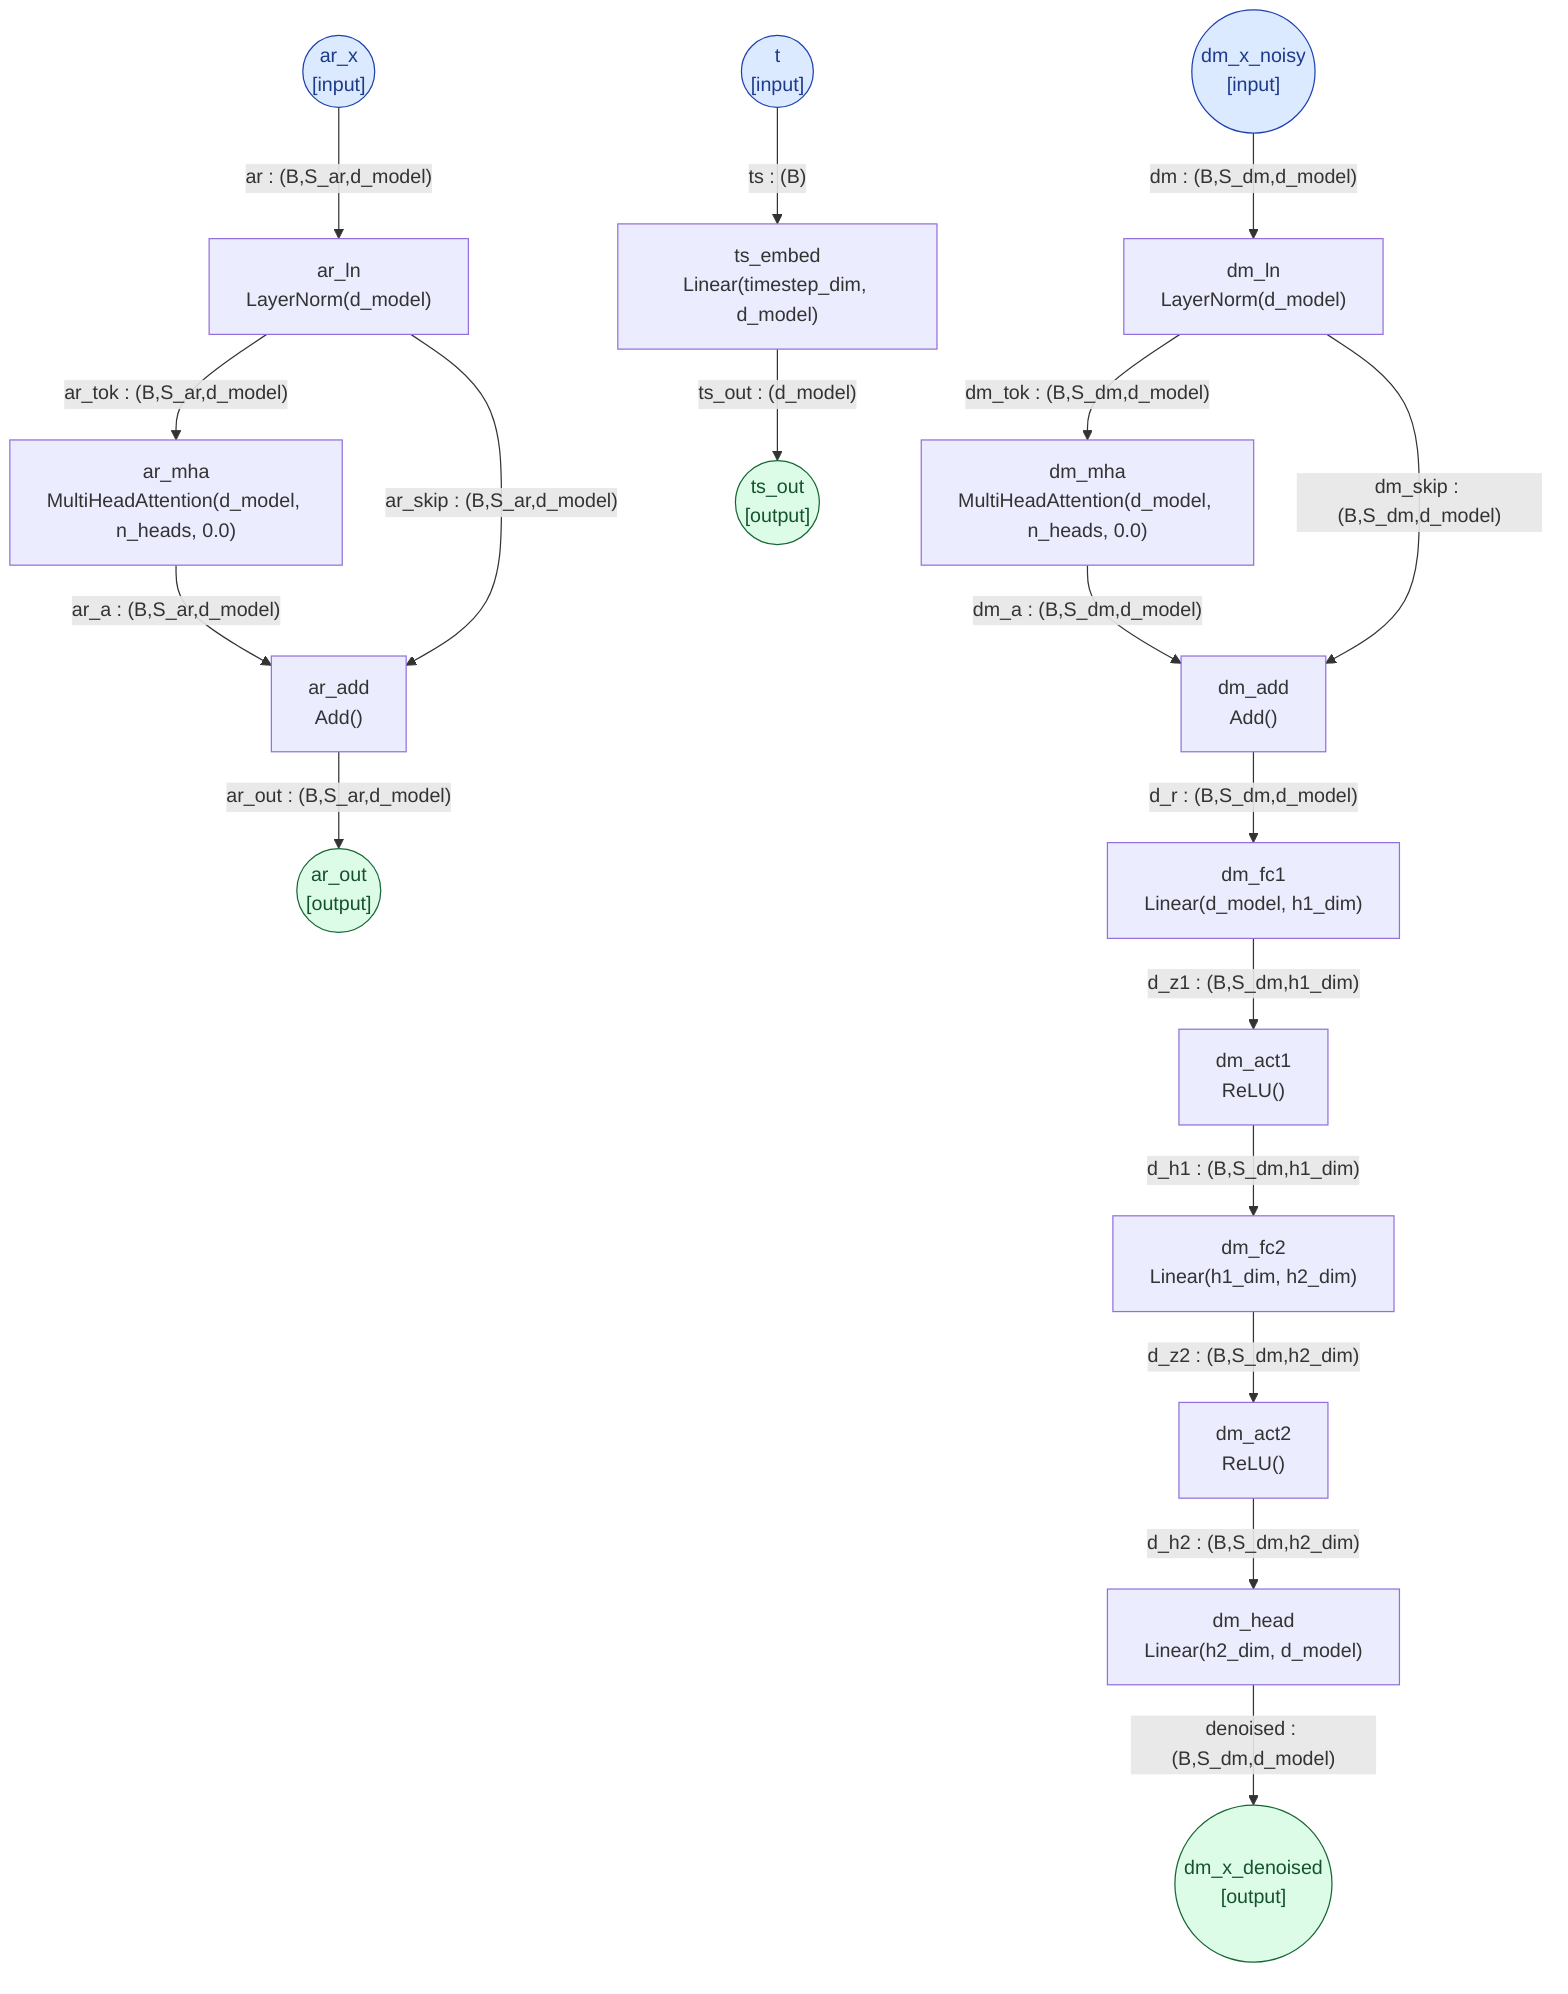
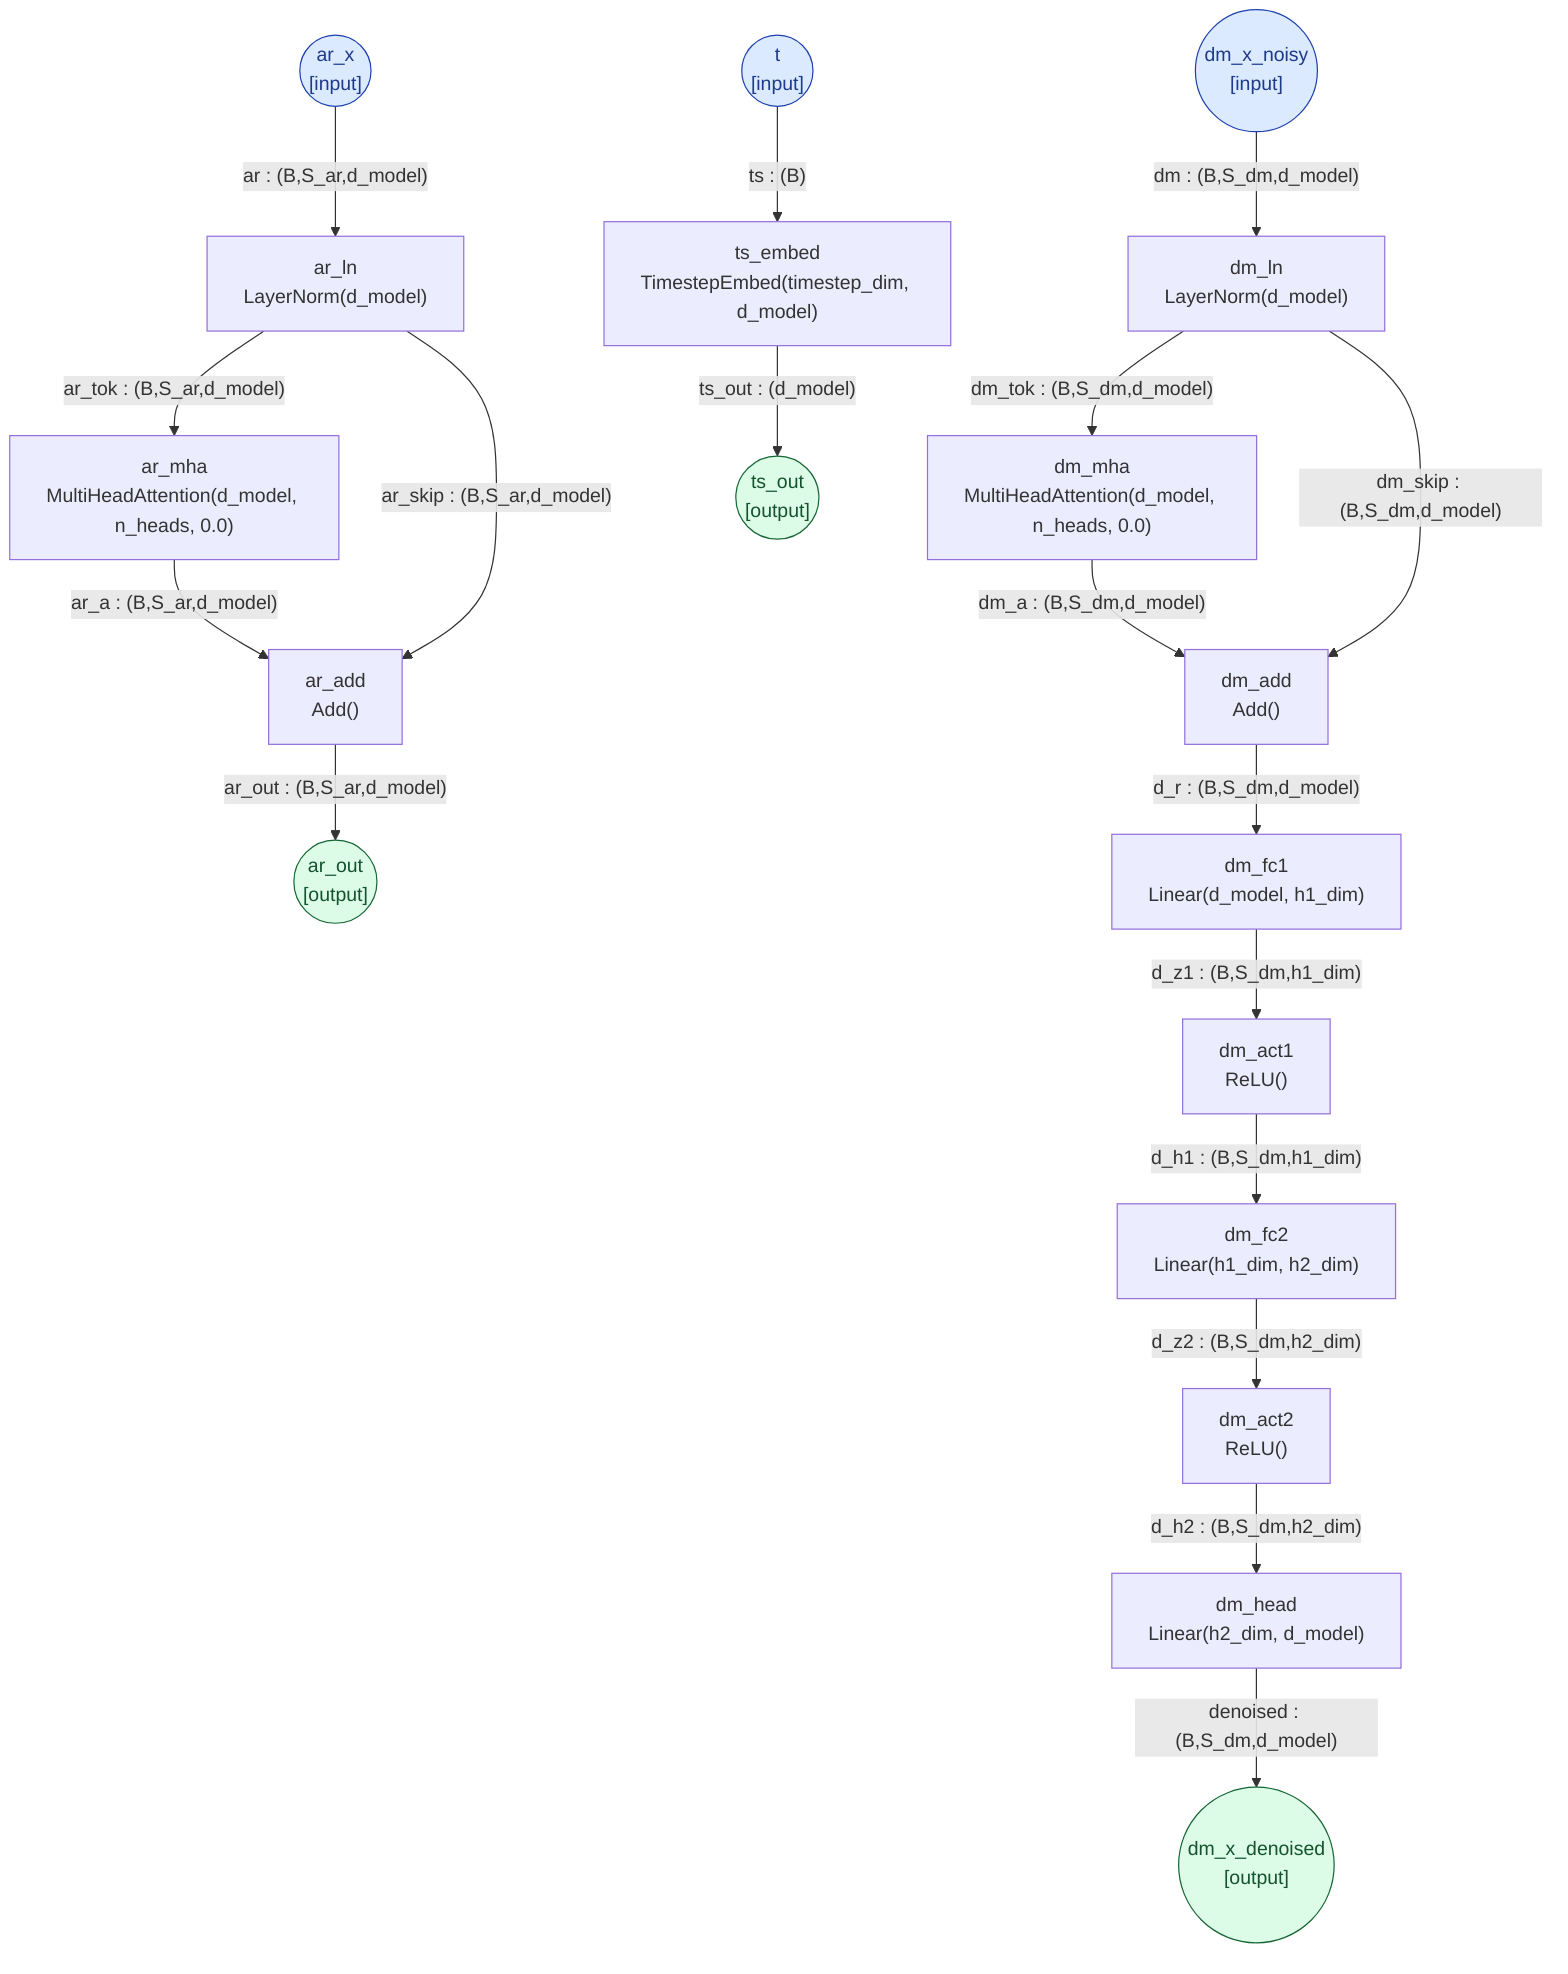
%% architecture MoTDenoiseStep
flowchart TD
    ar_x(("ar_x<br/>[input]"))
    dm_x_noisy(("dm_x_noisy<br/>[input]"))
    t(("t<br/>[input]"))
    ar_ln["ar_ln<br/>LayerNorm(d_model)"]
    ar_mha["ar_mha<br/>MultiHeadAttention(d_model, n_heads, 0.0)"]
    ar_add["ar_add<br/>Add()"]
    ar_out(("ar_out<br/>[output]"))
-     ts_embed["ts_embed<br/>Linear(timestep_dim, d_model)"]
+     ts_embed["ts_embed<br/>TimestepEmbed(timestep_dim, d_model)"]
    dm_ln["dm_ln<br/>LayerNorm(d_model)"]
    dm_mha["dm_mha<br/>MultiHeadAttention(d_model, n_heads, 0.0)"]
    dm_add["dm_add<br/>Add()"]
    dm_fc1["dm_fc1<br/>Linear(d_model, h1_dim)"]
    dm_act1["dm_act1<br/>ReLU()"]
    dm_fc2["dm_fc2<br/>Linear(h1_dim, h2_dim)"]
    dm_act2["dm_act2<br/>ReLU()"]
    dm_head["dm_head<br/>Linear(h2_dim, d_model)"]
    dm_x_denoised(("dm_x_denoised<br/>[output]"))
    ts_out(("ts_out<br/>[output]"))
    ar_x -- "ar : (B,S_ar,d_model)" --> ar_ln
    ar_ln -- "ar_tok : (B,S_ar,d_model)" --> ar_mha
    ar_mha -- "ar_a : (B,S_ar,d_model)" --> ar_add
    ar_ln -- "ar_skip : (B,S_ar,d_model)" --> ar_add
    ar_add -- "ar_out : (B,S_ar,d_model)" --> ar_out
    t -- "ts : (B)" --> ts_embed
    dm_x_noisy -- "dm : (B,S_dm,d_model)" --> dm_ln
    dm_ln -- "dm_tok : (B,S_dm,d_model)" --> dm_mha
    dm_mha -- "dm_a : (B,S_dm,d_model)" --> dm_add
    dm_ln -- "dm_skip : (B,S_dm,d_model)" --> dm_add
    dm_add -- "d_r : (B,S_dm,d_model)" --> dm_fc1
    dm_fc1 -- "d_z1 : (B,S_dm,h1_dim)" --> dm_act1
    dm_act1 -- "d_h1 : (B,S_dm,h1_dim)" --> dm_fc2
    dm_fc2 -- "d_z2 : (B,S_dm,h2_dim)" --> dm_act2
    dm_act2 -- "d_h2 : (B,S_dm,h2_dim)" --> dm_head
    dm_head -- "denoised : (B,S_dm,d_model)" --> dm_x_denoised
    ts_embed -- "ts_out : (d_model)" --> ts_out
    classDef input fill:#dbeafe,stroke:#1e40af,color:#1e3a8a;
    class ar_x,dm_x_noisy,t input;
    classDef output fill:#dcfce7,stroke:#166534,color:#14532d;
    class ar_out,dm_x_denoised,ts_out output;